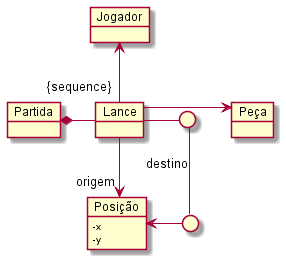
Before: Imagens/modelos-06/mod06ima03/mod06ima03.png, a diagram exported from PlantUML (kyriosdata/oo).
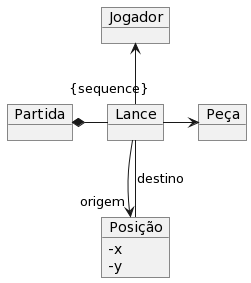
Above is the later version.

The edit, as a diff of the source:
```diff
@@ -1,5 +1,4 @@
-@startuml mod06ima03
-skinparam Linetype ortho
+@startuml
 skinparam ClassAttributeIconSize 0
 object "Jogador" as jo
 object "Partida" as pa
@@ -8,13 +7,9 @@
 object "Posição" as po
 po : - x
 po : - y
-circle " " as p1
-circle " " as p2
 jo <-down- la
 pa *--right--"{sequence}" la
 la -right-> pe
 la -down->"origem" po
-la -right- p1
-p1 -down- p2 : destino
-p2 -left-> po
+la -- po : destino
 @enduml
```
